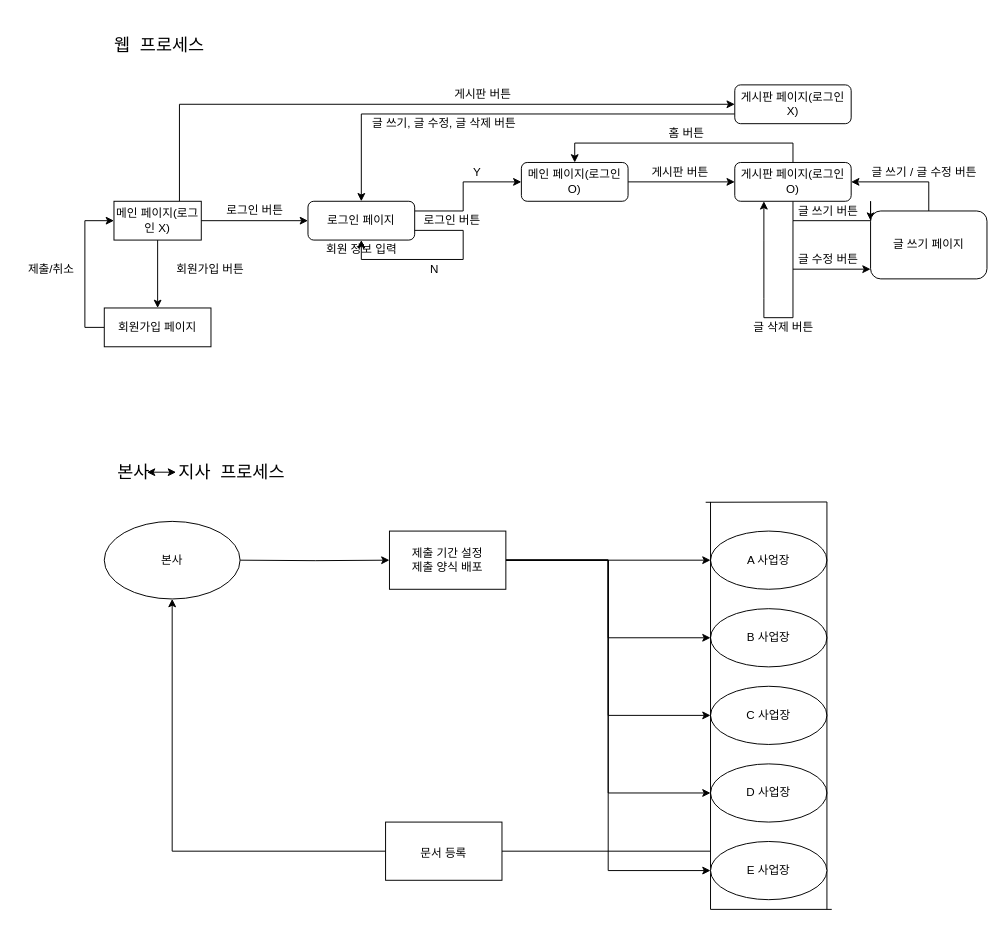
Earlier version of the draw.io diagram Untitled Diagram.drawio (Developer-SeongBeomPark/Comento_making_board). Source tidied: cells renumbered, new cells numbered last; positions are measured from the earlier drawing's top-left corner, leaving out a move shared by most shapes. Both pictures are drawn from the tidied source at 97%, with x=0, y=0 at pixel (16, 16).
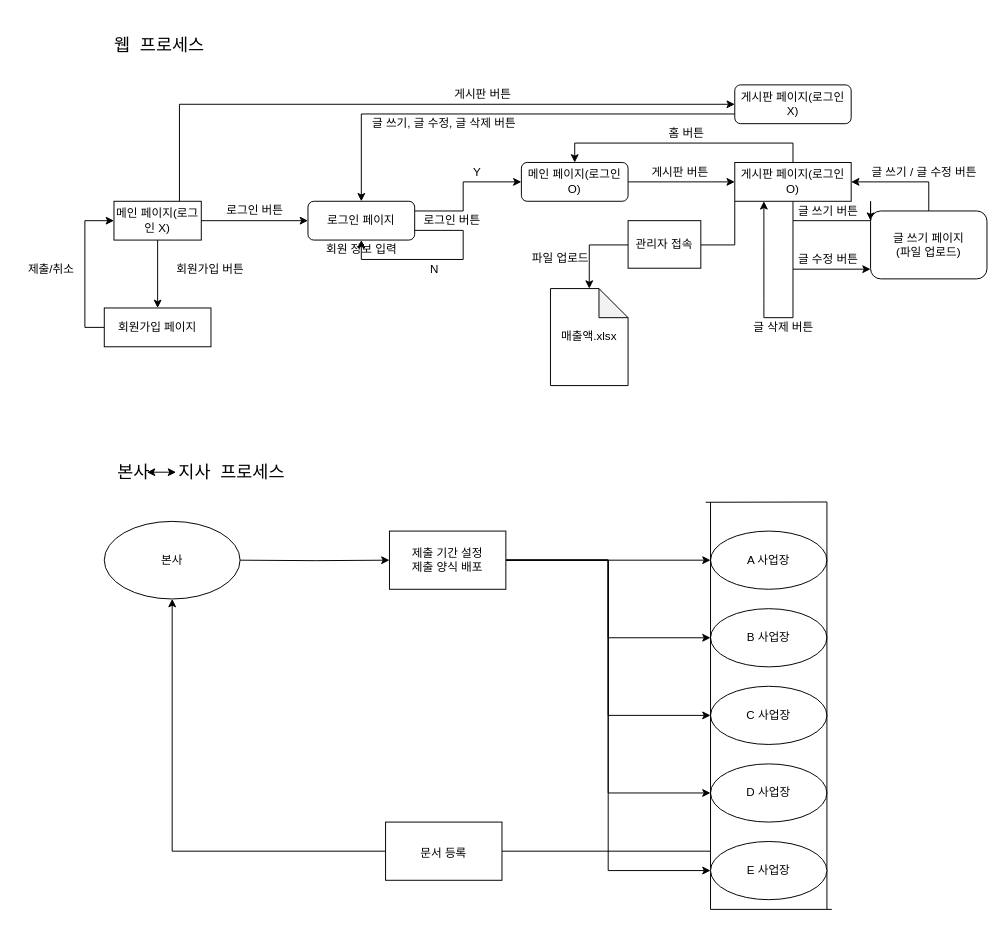
The same diagram, later.

Change to the diagram source:
```diff
@@
+    <mxCell id="62" style="edgeStyle=orthogonalEdgeStyle;rounded=0;jettySize=auto;html=1;exitX=0;exitY=1;exitDx=0;exitDy=0;" parent="1" edge="1" source="21" target="63">
+      <mxGeometry relative="1" as="geometry" />
+    </mxCell>
-    <mxCell id="21" value="게시판 페이지(로그인 O)" style="whiteSpace=wrap;html=1;rounded=1;" parent="1" vertex="1">
+    <mxCell id="21" value="게시판 페이지(로그인 O)" style="whiteSpace=wrap;html=1;rounded=1;arcSize=0;" parent="1" vertex="1">
       <mxGeometry x="740" y="150" width="120" height="40" as="geometry" />
     </mxCell>
@@
-    <mxCell id="28" value="글 쓰기 페이지" style="rounded=1;whiteSpace=wrap;html=1;" parent="1" vertex="1">
+    <mxCell id="28" value="글 쓰기 페이지&lt;br&gt;(파일 업로드)" style="rounded=1;whiteSpace=wrap;html=1;" parent="1" vertex="1">
       <mxGeometry x="880" y="200" width="120" height="70" as="geometry" />
     </mxCell>
@@
+    <mxCell id="63" value="매출액.xlsx" style="shape=note;whiteSpace=wrap;html=1;backgroundOutline=1;darkOpacity=0.05;" parent="1" vertex="1">
+      <mxGeometry x="550" y="280" width="80" height="100" as="geometry" />
+    </mxCell>
+    <mxCell id="64" value="관리자 접속" style="rounded=0;whiteSpace=wrap;html=1;" parent="1" vertex="1">
+      <mxGeometry x="630" y="210" width="75" height="49" as="geometry" />
+    </mxCell>
+    <mxCell id="65" value="파일 업로드" style="text;html=1;align=center;verticalAlign=middle;strokeColor=none;fillColor=none;" parent="1" vertex="1">
+      <mxGeometry x="520" y="239" width="80" height="20" as="geometry" />
+    </mxCell>
```
